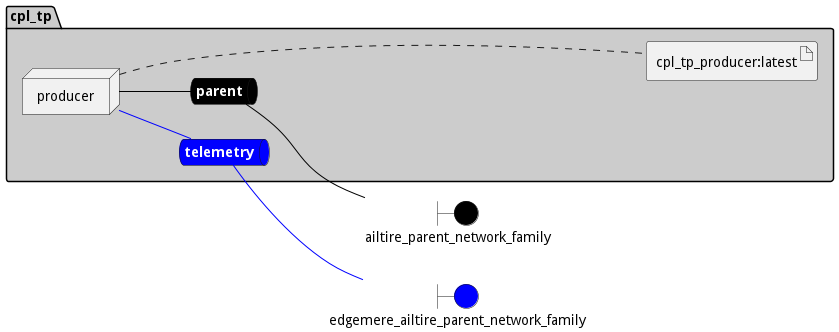
This is docs/edgemere/cpl/tp/envs/prod/deployment.png from madajaju/edgemere, a PlantUML export, as it was before one commit.
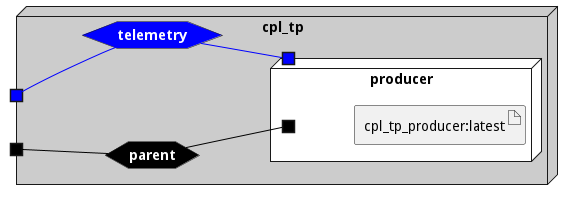
Later version of the same file.

Diff of the diagram source:
```diff
@@ -3,38 +3,42 @@
 left to right direction
 
 
-boundary ailtire_parent_network_family #black
-boundary edgemere_ailtire_parent_network_family #blue
 
 
 
 
+node "cpl_tp" #cccccc {
 
-package "cpl_tp" #cccccc {
-    queue parentnet #black [
+
+    hexagon parentnet #black [
             <b><color:white>parent</color></b>
     ]
 
-    parentnet -[#black]- ailtire_parent_network_family
+    portin " " as parentnetPortIn #black
+    parentnetPortIn -[#black]- parentnet
 
-    queue telemetrynet #blue [
+    hexagon telemetrynet #blue [
             <b><color:white>telemetry</color></b>
     ]
 
-    telemetrynet -[#blue]- edgemere_ailtire_parent_network_family
+    portin " " as telemetrynetPortIn #blue
+    telemetrynetPortIn -[#blue]- telemetrynet
 
 
-node "producer" as producerService
+node "producer" as producerService #white {
+
+    portIn " " as producerServiceparentnet #black
+    parentnet -[#black]- producerServiceparentnet
+
+    portIn " " as producerServicetelemetrynet #blue
+    telemetrynet -[#blue]- producerServicetelemetrynet
 
 
-        artifact "cpl_tp_producer:latest" as cpl_tp_producerlatestimage
+    artifact "cpl_tp_producer:latest" as cpl_tp_producerlatestimage
 
 }
 
-producerService -[#black]- parentnet
-
-producerService -[#blue]- telemetrynet
-producerService .... cpl_tp_producerlatestimage
+}
 
 
 @enduml
```
